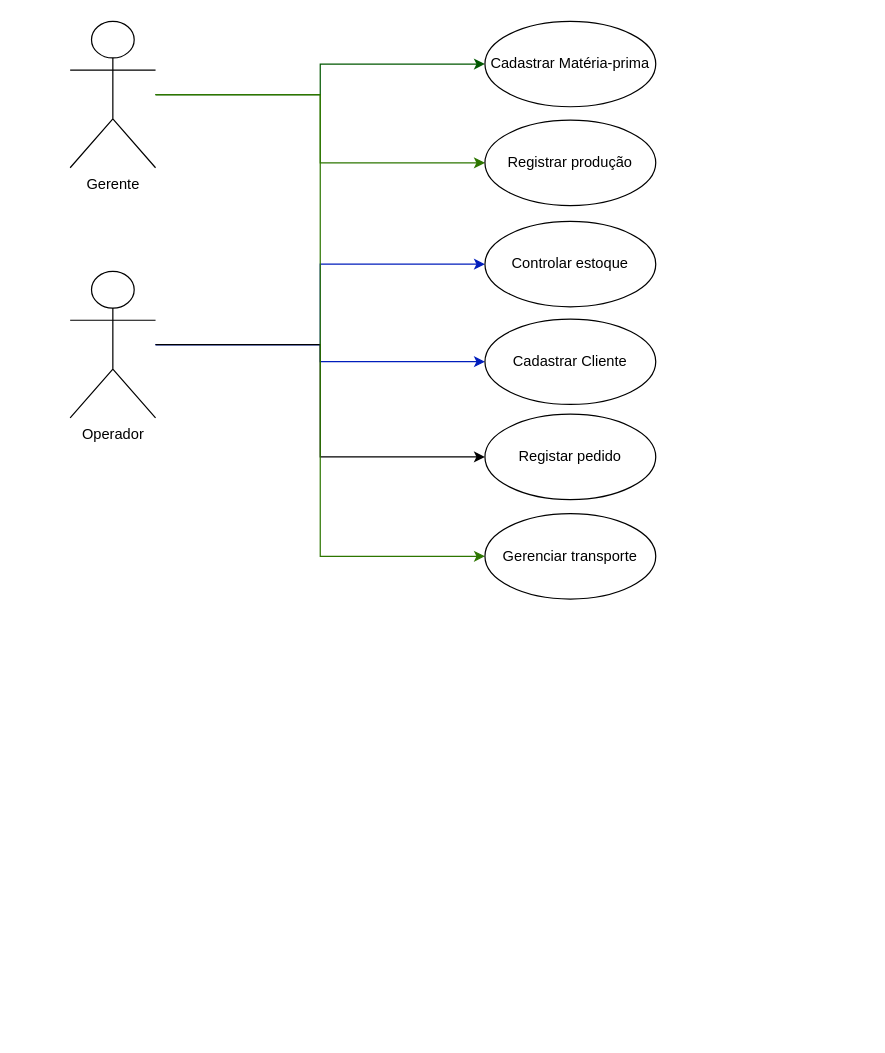
Above: TechAlvo.drawio in Leo-G-Lops/ModelagemDeSistemas (draw.io), before the change. Source tidied: cells renumbered, new cells numbered last; positions are measured from the earlier drawing's top-left corner, leaving out a move shared by most shapes. Both pictures are drawn from the tidied source at 122%, with x=0, y=0 at pixel (70, 21).
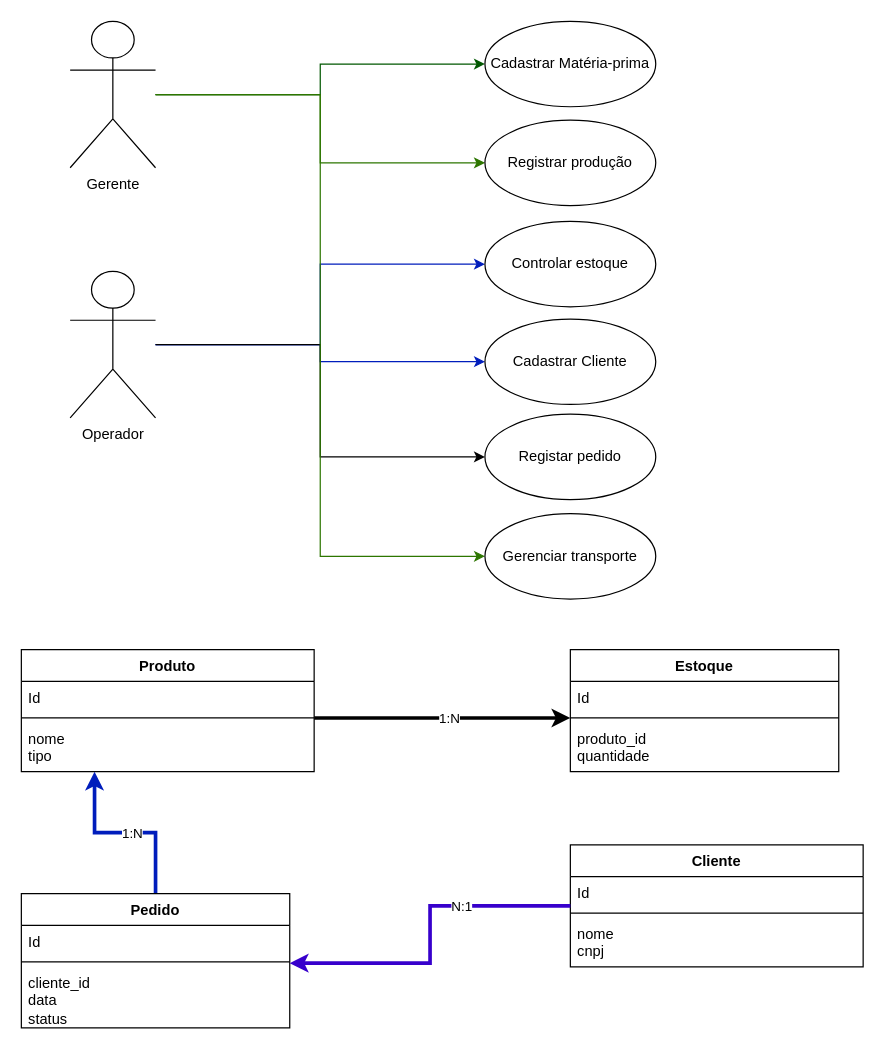
After the change.

The edit, as a diff of the source:
```diff
@@
+    <mxCell id="16" value="Produto" style="swimlane;fontStyle=1;align=center;verticalAlign=top;horizontal=1;startSize=26;whiteSpace=wrap;html=1;" parent="1" vertex="1">
+      <mxGeometry x="-40" y="515" width="240" height="100" as="geometry" />
+    </mxCell>
+    <mxCell id="17" value="Id" style="text;strokeColor=none;fillColor=none;align=left;verticalAlign=top;spacingLeft=4;spacingRight=4;overflow=hidden;whiteSpace=wrap;html=1;" parent="16" vertex="1">
+      <mxGeometry y="26" width="240" height="26" as="geometry" />
+    </mxCell>
+    <mxCell id="18" style="line;strokeWidth=1;fillColor=none;align=left;verticalAlign=middle;spacingTop=-1;spacingLeft=3;spacingRight=3;labelPosition=right;strokeColor=inherit;" parent="16" vertex="1">
+      <mxGeometry y="52" width="240" height="8" as="geometry" />
+    </mxCell>
+    <mxCell id="19" value="nome&lt;div&gt;tipo&lt;/div&gt;" style="text;strokeColor=none;fillColor=none;align=left;verticalAlign=top;spacingLeft=4;spacingRight=4;overflow=hidden;points=[[0,0.5],[1,0.5]];portConstraint=eastwest;whiteSpace=wrap;html=1;" parent="16" vertex="1">
+      <mxGeometry y="60" width="240" height="40" as="geometry" />
+    </mxCell>
+    <mxCell id="20" value="Estoque" style="swimlane;fontStyle=1;align=center;verticalAlign=top;horizontal=1;startSize=26;whiteSpace=wrap;html=1;" parent="1" vertex="1">
+      <mxGeometry x="410" y="515" width="220" height="100" as="geometry" />
+    </mxCell>
+    <mxCell id="21" value="Id" style="text;strokeColor=none;fillColor=none;align=left;verticalAlign=top;spacingLeft=4;spacingRight=4;overflow=hidden;whiteSpace=wrap;html=1;" parent="20" vertex="1">
+      <mxGeometry y="26" width="220" height="26" as="geometry" />
+    </mxCell>
+    <mxCell id="22" style="line;strokeWidth=1;fillColor=none;align=left;verticalAlign=middle;spacingTop=-1;spacingLeft=3;spacingRight=3;labelPosition=right;strokeColor=inherit;" parent="20" vertex="1">
+      <mxGeometry y="52" width="220" height="8" as="geometry" />
+    </mxCell>
+    <mxCell id="23" value="produto_id&lt;div&gt;quantidade&lt;/div&gt;" style="text;strokeColor=none;fillColor=none;align=left;verticalAlign=top;spacingLeft=4;spacingRight=4;overflow=hidden;whiteSpace=wrap;html=1;" parent="20" vertex="1">
+      <mxGeometry y="60" width="220" height="40" as="geometry" />
+    </mxCell>
+    <mxCell id="24" value="Cliente" style="swimlane;fontStyle=1;align=center;verticalAlign=top;horizontal=1;startSize=26;whiteSpace=wrap;html=1;" parent="1" vertex="1">
+      <mxGeometry x="410" y="675" width="240" height="100" as="geometry" />
+    </mxCell>
+    <mxCell id="25" value="Id" style="text;strokeColor=none;fillColor=none;align=left;verticalAlign=top;spacingLeft=4;spacingRight=4;overflow=hidden;whiteSpace=wrap;html=1;" parent="24" vertex="1">
+      <mxGeometry y="26" width="240" height="26" as="geometry" />
+    </mxCell>
+    <mxCell id="26" style="line;strokeWidth=1;fillColor=none;align=left;verticalAlign=middle;spacingTop=-1;spacingLeft=3;spacingRight=3;labelPosition=right;strokeColor=inherit;" parent="24" vertex="1">
+      <mxGeometry y="52" width="240" height="8" as="geometry" />
+    </mxCell>
+    <mxCell id="27" value="nome&lt;div&gt;cnpj&lt;/div&gt;" style="text;strokeColor=none;fillColor=none;align=left;verticalAlign=top;spacingLeft=4;spacingRight=4;overflow=hidden;whiteSpace=wrap;html=1;" parent="24" vertex="1">
+      <mxGeometry y="60" width="240" height="40" as="geometry" />
+    </mxCell>
+    <mxCell id="28" style="edgeStyle=orthogonalEdgeStyle;rounded=0;jettySize=auto;html=1;entryX=0.25;entryY=1;entryDx=0;entryDy=0;entryPerimeter=0;fillColor=#0050ef;strokeColor=#001DBC;strokeWidth=3;" parent="1" edge="1" source="30" target="19">
+      <mxGeometry relative="1" as="geometry" />
+    </mxCell>
+    <mxCell id="29" value="1:N" style="edgeLabel;html=1;align=center;verticalAlign=middle;" parent="28" vertex="1">
+      <mxGeometry x="-0.11" relative="1" as="geometry">
+        <mxPoint x="-3" as="offset" />
+      </mxGeometry>
+    </mxCell>
+    <mxCell id="30" value="Pedido" style="swimlane;fontStyle=1;align=center;verticalAlign=top;horizontal=1;startSize=26;whiteSpace=wrap;html=1;" parent="1" vertex="1">
+      <mxGeometry x="-40" y="715" width="220" height="110" as="geometry" />
+    </mxCell>
+    <mxCell id="31" value="Id" style="text;strokeColor=none;fillColor=none;align=left;verticalAlign=top;spacingLeft=4;spacingRight=4;overflow=hidden;points=[[0,0.5],[1,0.5]];portConstraint=eastwest;whiteSpace=wrap;html=1;" parent="30" vertex="1">
+      <mxGeometry y="26" width="220" height="26" as="geometry" />
+    </mxCell>
+    <mxCell id="32" style="line;strokeWidth=1;fillColor=none;align=left;verticalAlign=middle;spacingTop=-1;spacingLeft=3;spacingRight=3;labelPosition=right;strokeColor=inherit;" parent="30" vertex="1">
+      <mxGeometry y="52" width="220" height="8" as="geometry" />
+    </mxCell>
+    <mxCell id="33" value="cliente_id&lt;div&gt;data&lt;/div&gt;&lt;div&gt;status&lt;/div&gt;" style="text;strokeColor=none;fillColor=none;align=left;verticalAlign=top;spacingLeft=4;spacingRight=4;overflow=hidden;whiteSpace=wrap;html=1;" parent="30" vertex="1">
+      <mxGeometry y="60" width="220" height="50" as="geometry" />
+    </mxCell>
+    <mxCell id="34" style="edgeStyle=orthogonalEdgeStyle;rounded=0;jettySize=auto;html=1;strokeColor=light-dark(#000000,#FF8000);strokeWidth=3;" parent="1" edge="1" source="16">
+      <mxGeometry relative="1" as="geometry">
+        <mxPoint x="410" y="571" as="targetPoint" />
+        <Array as="points">
+          <mxPoint x="250" y="571" />
+          <mxPoint x="250" y="571" />
+        </Array>
+      </mxGeometry>
+    </mxCell>
+    <mxCell id="35" value="1:N" style="edgeLabel;html=1;align=center;verticalAlign=middle;" parent="34" vertex="1">
+      <mxGeometry x="-0.05" y="4" relative="1" as="geometry">
+        <mxPoint x="10" y="4" as="offset" />
+      </mxGeometry>
+    </mxCell>
+    <mxCell id="36" style="edgeStyle=orthogonalEdgeStyle;rounded=0;jettySize=auto;html=1;entryX=1;entryY=1.192;entryDx=0;entryDy=0;entryPerimeter=0;fillColor=#6a00ff;strokeColor=#3700CC;strokeWidth=3;" parent="1" edge="1" source="24" target="31">
+      <mxGeometry relative="1" as="geometry" />
+    </mxCell>
+    <mxCell id="37" value="N:1" style="edgeLabel;html=1;align=center;verticalAlign=middle;imageWidth=24;" parent="36" vertex="1">
+      <mxGeometry x="-0.34" y="1" relative="1" as="geometry">
+        <mxPoint x="1" y="-1" as="offset" />
+      </mxGeometry>
+    </mxCell>
```
